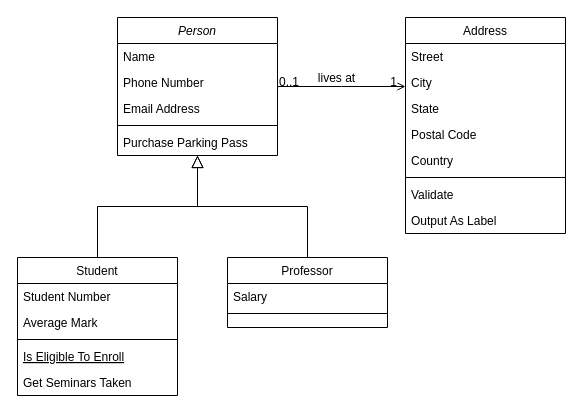
Before: Диаграмма без названия.drawio in TimBusuok/intervalforGB, a draw.io diagram. Source tidied: cells renumbered, new cells numbered last; positions are measured from the earlier drawing's top-left corner, leaving out a move shared by most shapes. Both pictures are drawn from the tidied source at 100%, with x=0, y=0 at pixel (17, 17).
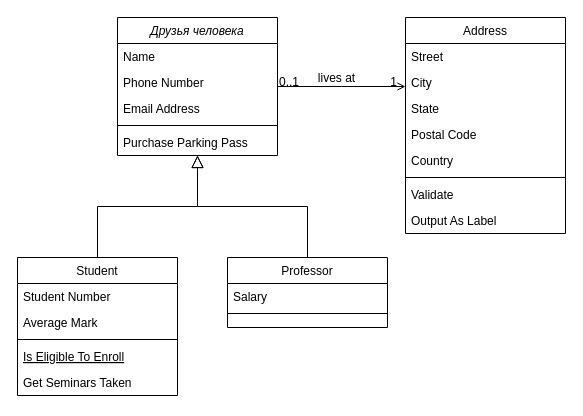
The same page after the edit.

The edit, as a diff of the source:
```diff
@@
-    <mxCell id="2" value="Person" style="swimlane;fontStyle=2;align=center;verticalAlign=top;horizontal=1;startSize=26;rounded=0;shadow=0;strokeWidth=1;" parent="1" vertex="1">
+    <mxCell id="2" value="Друзья человека" style="swimlane;fontStyle=2;align=center;verticalAlign=top;horizontal=1;startSize=26;rounded=0;shadow=0;strokeWidth=1;" parent="1" vertex="1">
       <mxGeometry x="100" width="160" height="138" as="geometry" />
     </mxCell>
```
